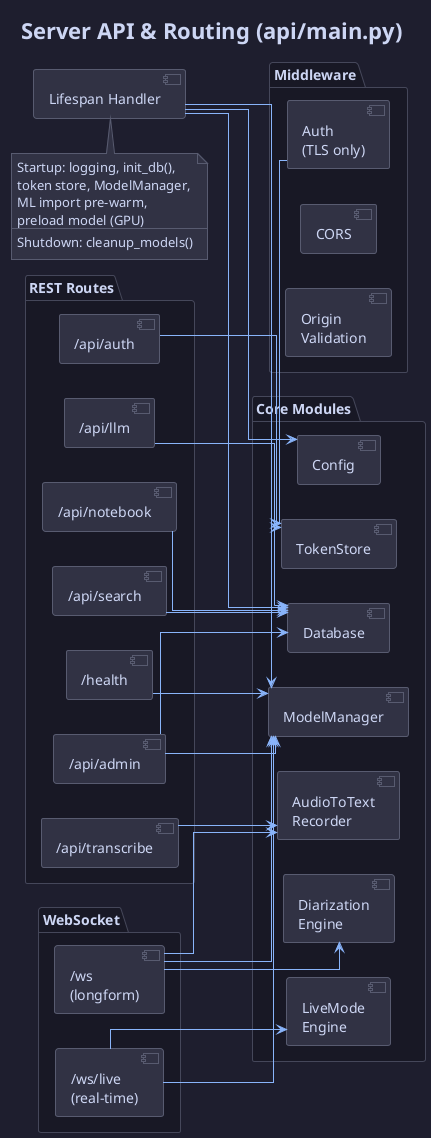
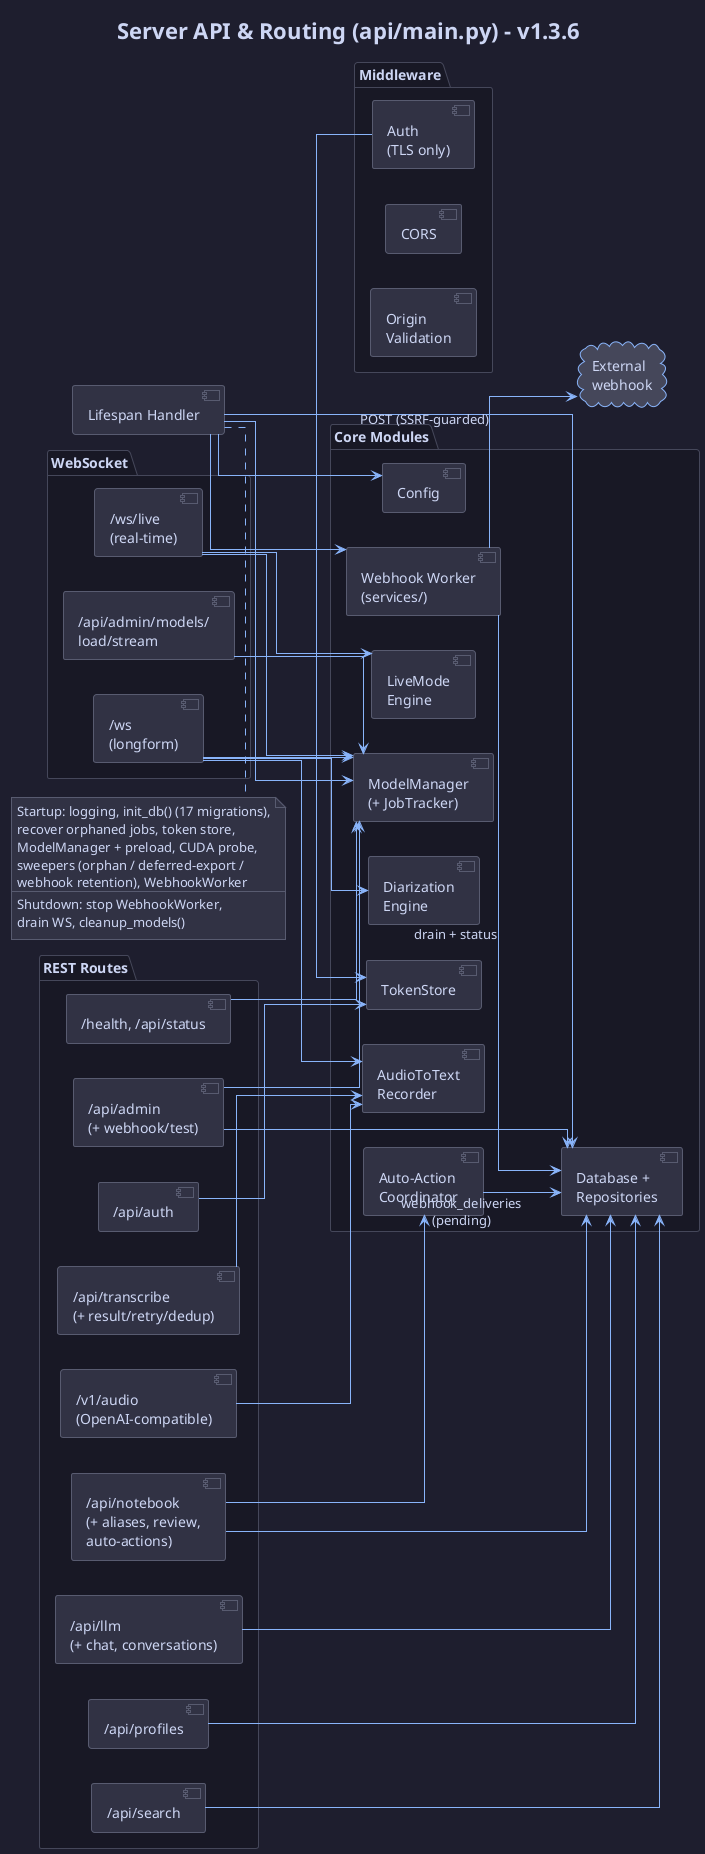
@startuml TranscriptionSuite - Server API & Routing
!theme plain
skinparam backgroundColor #1e1e2e
skinparam defaultFontColor #cdd6f4
skinparam componentBackgroundColor #313244
skinparam componentBorderColor #585b70
skinparam packageBackgroundColor #181825
skinparam packageBorderColor #45475a
skinparam arrowColor #89b4fa
skinparam noteBackgroundColor #313244
skinparam noteBorderColor #585b70
skinparam cloudBackgroundColor #45475a
skinparam cloudBorderColor #89b4fa
skinparam linetype ortho

left to right direction

- title Server API & Routing (api/main.py)
+ title Server API & Routing (api/main.py) - v1.3.6

' ── Middleware ─────────────────────────────────────
package "Middleware" as middleware {
  component "CORS" as cors
  component "Origin\nValidation" as originVal
  component "Auth\n(TLS only)" as authMw
}

' ── Lifespan ──────────────────────────────────────
component "Lifespan Handler" as lifespan

note bottom of lifespan
-   Startup: logging, init_db(),
-   token store, ModelManager,
-   ML import pre-warm,
-   preload model (GPU)
+   Startup: logging, init_db() (17 migrations),
+   recover orphaned jobs, token store,
+   ModelManager + preload, CUDA probe,
+   sweepers (orphan / deferred-export /
+   webhook retention), WebhookWorker
  --
-   Shutdown: cleanup_models()
+   Shutdown: stop WebhookWorker,
+   drain WS, cleanup_models()
end note

' ── Routes ────────────────────────────────────────
package "REST Routes" as restRoutes {
-   component "/health" as healthRoute
+   component "/health, /api/status" as healthRoute
  component "/api/auth" as authRoute
-   component "/api/transcribe" as transcribeRoute
-   component "/api/notebook" as notebookRoute
+   component "/api/transcribe\n(+ result/retry/dedup)" as transcribeRoute
+   component "/api/notebook\n(+ aliases, review,\nauto-actions)" as notebookRoute
+   component "/api/profiles" as profilesRoute
  component "/api/search" as searchRoute
-   component "/api/llm" as llmRoute
-   component "/api/admin" as adminRoute
+   component "/api/llm\n(+ chat, conversations)" as llmRoute
+   component "/api/admin\n(+ webhook/test)" as adminRoute
+   component "/v1/audio\n(OpenAI-compatible)" as openaiRoute
}

package "WebSocket" as wsRoutes {
  component "/ws\n(longform)" as wsRoute
  component "/ws/live\n(real-time)" as liveRoute
+   component "/api/admin/models/\nload/stream" as modelStream
}

' ── Core ──────────────────────────────────────────
package "Core Modules" as core {
-   component "ModelManager" as mm
+   component "ModelManager\n(+ JobTracker)" as mm
  component "AudioToText\nRecorder" as engine
  component "LiveMode\nEngine" as liveEng
  component "Diarization\nEngine" as diarEng
-   component "Database" as database
+   component "Auto-Action\nCoordinator" as coord
+   component "Webhook Worker\n(services/)" as worker
+   component "Database +\nRepositories" as database
  component "TokenStore" as tokenStore
  component "Config" as config
}
+ 
+ cloud "External\nwebhook" as ext

' ── Wiring ────────────────────────────────────────

' Middleware
authMw -right-> tokenStore

' Lifespan
lifespan --> mm
lifespan --> database
lifespan --> config
+ lifespan --> worker

' REST routes to core
healthRoute --> mm
authRoute --> tokenStore
transcribeRoute --> engine
notebookRoute --> database
+ notebookRoute --> coord
+ profilesRoute --> database
searchRoute --> database
llmRoute --> database
adminRoute --> mm
adminRoute --> database
+ openaiRoute --> engine

' WebSocket routes to core
wsRoute --> engine
wsRoute --> diarEng
wsRoute --> mm
liveRoute --> liveEng
liveRoute --> mm
+ modelStream --> mm
+ 
+ ' Auto-action + webhook flow
+ coord --> database : "webhook_deliveries\n(pending)"
+ worker --> database : "drain + status"
+ worker --> ext : "POST (SSRF-guarded)"

@enduml
